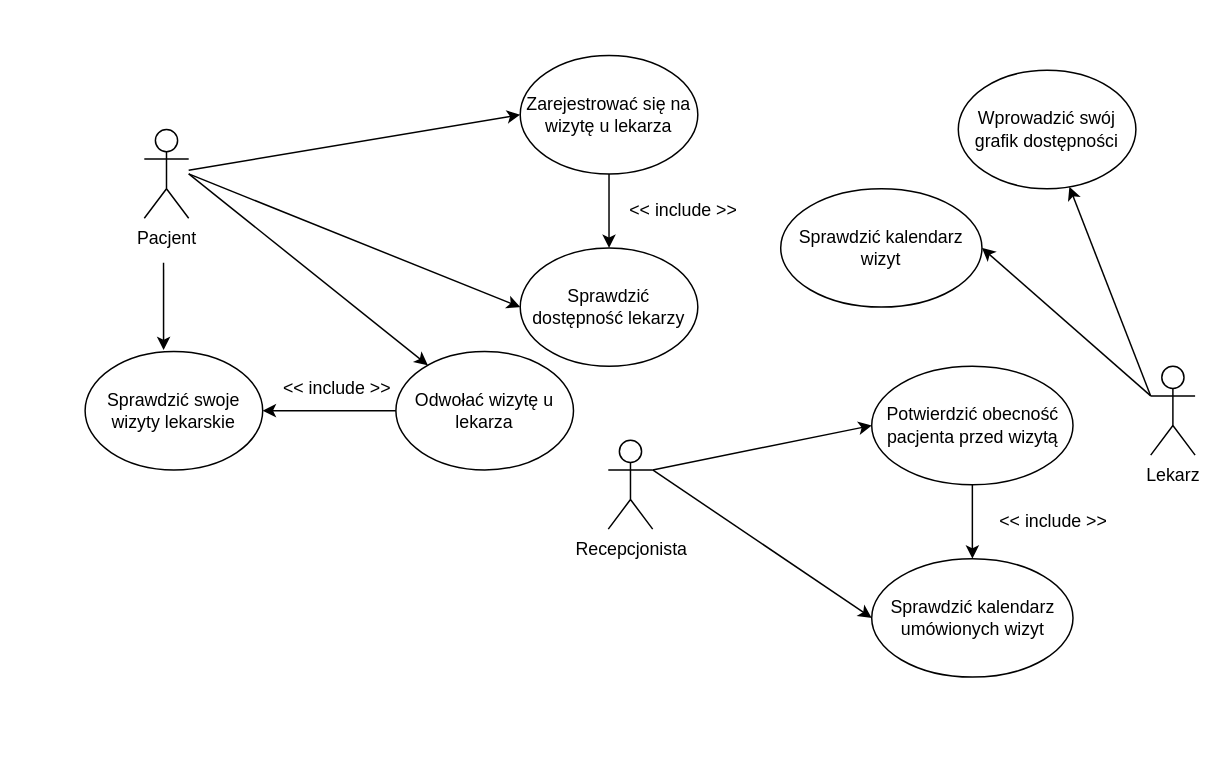
Earlier version of the draw.io diagram Diagram przypadków użycia.drawio (oputyk/wit-computer-science-engineering-thesis). Source tidied: cells renumbered, new cells numbered last; positions are measured from the earlier drawing's top-left corner, leaving out a move shared by most shapes. Both pictures are drawn from the tidied source at 148%, with x=0, y=0 at pixel (84, 55).
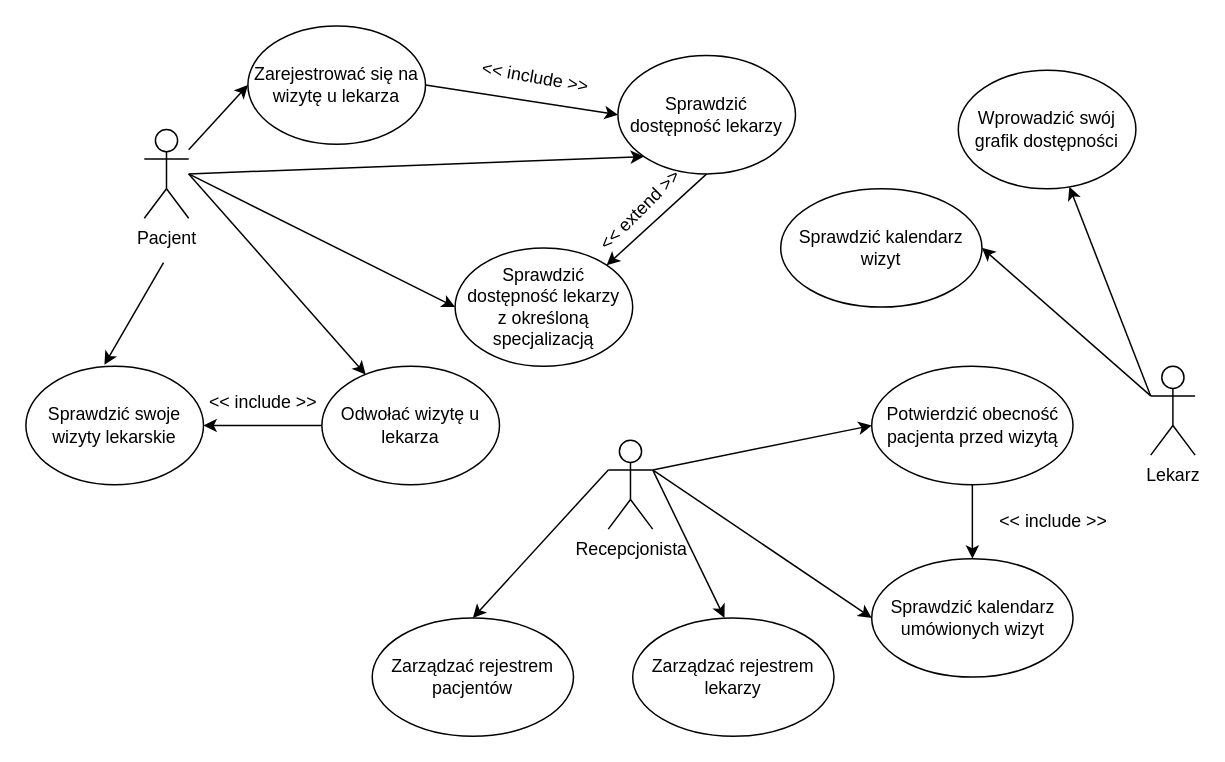
After the change.

Commit message (it also covers changes not shown here):
Diagram klas - in progress

Unchanged cells that the change refers to:
```xml
<mxCell id="2" value="Recepcjonista" style="shape=umlActor;verticalLabelPosition=bottom;verticalAlign=top;html=1;" parent="1" vertex="1">
  <mxGeometry x="353.5" y="260" width="30" height="60" as="geometry" />
</mxCell>
```

Change to the diagram source:
```diff
@@
     <mxCell id="5" value="Zarejestrować się na wizytę u lekarza" style="ellipse;whiteSpace=wrap;html=1;" parent="1" vertex="1">
-      <mxGeometry x="294" width="120" height="80" as="geometry" />
+      <mxGeometry x="110" y="-20" width="120" height="80" as="geometry" />
     </mxCell>
@@
     <mxCell id="11" value="Sprawdzić dostępność lekarzy" style="ellipse;whiteSpace=wrap;html=1;" parent="1" vertex="1">
-      <mxGeometry x="294" y="130" width="120" height="80" as="geometry" />
+      <mxGeometry x="360" width="120" height="80" as="geometry" />
     </mxCell>
-    <mxCell id="12" value="&amp;lt;&amp;lt; include &amp;gt;&amp;gt;" style="text;html=1;align=center;verticalAlign=middle;strokeColor=none;fillColor=none;" parent="1" vertex="1">
-      <mxGeometry x="354" y="90" width="100" height="30" as="geometry" />
+    <mxCell id="12" value="&amp;lt;&amp;lt; include &amp;gt;&amp;gt;" style="text;html=1;align=center;verticalAlign=middle;strokeColor=none;fillColor=none;rotation=10;" parent="1" vertex="1">
+      <mxGeometry x="254" width="100" height="30" as="geometry" />
     </mxCell>
-    <mxCell id="13" style="endArrow=classic;html=1;rounded=0;exitX=0.5;exitY=1;exitDx=0;exitDy=0;entryX=0.5;entryY=0;entryDx=0;entryDy=0;" parent="1" edge="1" source="5" target="11">
+    <mxCell id="13" style="endArrow=classic;html=1;rounded=0;exitX=1;exitY=0.5;exitDx=0;exitDy=0;entryX=0;entryY=0.5;entryDx=0;entryDy=0;" parent="1" edge="1" source="5" target="11">
       <mxGeometry relative="1" as="geometry" />
     </mxCell>
-    <mxCell id="14" style="endArrow=classic;html=1;rounded=0;entryX=0;entryY=0.5;entryDx=0;entryDy=0;" parent="1" edge="1" target="11">
+    <mxCell id="14" style="endArrow=classic;html=1;rounded=0;entryX=0;entryY=1;entryDx=0;entryDy=0;" parent="1" edge="1" target="11">
       <mxGeometry relative="1" as="geometry">
         <mxPoint x="70" y="80" as="sourcePoint" />
       </mxGeometry>
     </mxCell>
     <mxCell id="15" value="Odwołać wizytę u lekarza" style="ellipse;whiteSpace=wrap;html=1;" parent="1" vertex="1">
-      <mxGeometry x="210" y="200" width="120" height="80" as="geometry" />
+      <mxGeometry x="160" y="210" width="120" height="80" as="geometry" />
     </mxCell>
@@
     <mxCell id="17" value="Sprawdzić swoje wizyty lekarskie" style="ellipse;whiteSpace=wrap;html=1;" parent="1" vertex="1">
-      <mxGeometry y="200" width="120" height="80" as="geometry" />
+      <mxGeometry x="-40" y="210" width="120" height="80" as="geometry" />
     </mxCell>
@@
     <mxCell id="19" value="&amp;lt;&amp;lt; include &amp;gt;&amp;gt;" style="text;html=1;align=center;verticalAlign=middle;strokeColor=none;fillColor=none;" parent="1" vertex="1">
-      <mxGeometry x="120" y="210" width="100" height="30" as="geometry" />
+      <mxGeometry x="70" y="220" width="100" height="30" as="geometry" />
     </mxCell>
@@
+    <mxCell id="27" style="endArrow=classic;html=1;rounded=0;exitX=0;exitY=0.3333333333333333;exitDx=0;exitDy=0;exitPerimeter=0;entryX=0.5;entryY=0;entryDx=0;entryDy=0;" parent="1" edge="1" source="2" target="29">
+      <mxGeometry relative="1" as="geometry" />
+    </mxCell>
+    <mxCell id="28" value="Zarządzać rejestrem lekarzy" style="ellipse;whiteSpace=wrap;html=1;" parent="1" vertex="1">
+      <mxGeometry x="370" y="380" width="136" height="80" as="geometry" />
+    </mxCell>
+    <mxCell id="29" value="Zarządzać rejestrem pacjentów" style="ellipse;whiteSpace=wrap;html=1;" parent="1" vertex="1">
+      <mxGeometry x="194" y="380" width="136" height="80" as="geometry" />
+    </mxCell>
+    <mxCell id="30" style="endArrow=classic;html=1;rounded=0;exitX=1;exitY=0.3333333333333333;exitDx=0;exitDy=0;exitPerimeter=0;entryX=0.456;entryY=0;entryDx=0;entryDy=0;entryPerimeter=0;" parent="1" edge="1" source="2" target="28">
+      <mxGeometry relative="1" as="geometry" />
+    </mxCell>
+    <mxCell id="31" value="Sprawdzić dostępność lekarzy&lt;br&gt;z określoną specjalizacją" style="ellipse;whiteSpace=wrap;html=1;" parent="1" vertex="1">
+      <mxGeometry x="250" y="130" width="120" height="80" as="geometry" />
+    </mxCell>
+    <mxCell id="32" style="endArrow=classic;html=1;rounded=0;entryX=0;entryY=0.5;entryDx=0;entryDy=0;" parent="1" edge="1" target="31">
+      <mxGeometry relative="1" as="geometry">
+        <mxPoint x="70" y="80" as="sourcePoint" />
+      </mxGeometry>
+    </mxCell>
+    <mxCell id="33" style="endArrow=classic;html=1;rounded=0;exitX=0.5;exitY=1;exitDx=0;exitDy=0;entryX=1;entryY=0;entryDx=0;entryDy=0;" parent="1" edge="1" source="11" target="31">
+      <mxGeometry relative="1" as="geometry" />
+    </mxCell>
+    <mxCell id="34" value="&amp;lt;&amp;lt; extend &amp;gt;&amp;gt;" style="text;html=1;align=center;verticalAlign=middle;strokeColor=none;fillColor=none;rotation=-45;" parent="1" vertex="1">
+      <mxGeometry x="330" y="90" width="90" height="30" as="geometry" />
+    </mxCell>
```
